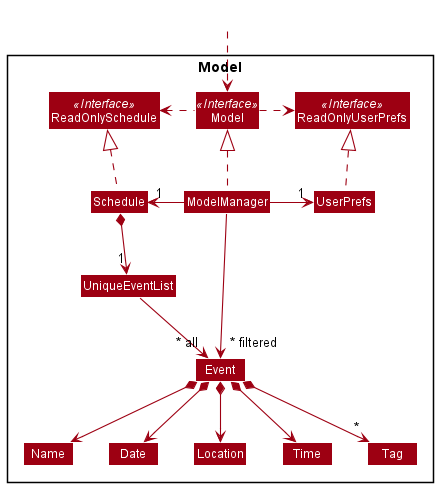
ruthpohrp/tp keeps this PlantUML diagram as docs/images/ModelClassDiagram.png. Above is the earlier version.
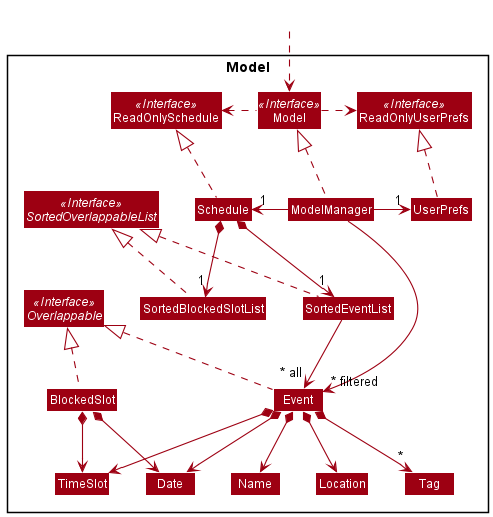
After the change.

Commit message:
Update DG and diagrams with Overlappable and SortedOverlappableList

Diff of the diagram source:
```diff
@@ -8,6 +8,8 @@
 Interface ReadOnlySchedule <<Interface>>
 Interface ReadOnlyUserPrefs <<Interface>>
 Interface Model <<Interface>>
+Interface Overlappable <<Interface>>
+Interface SortedOverlappableList <<Interface>>
 Class Schedule
 Class ReadOnlySchedule
 Class Model
@@ -15,11 +17,13 @@
 Class UserPrefs
 Class ReadOnlyUserPrefs
 
+Class SortedBlockedSlotList
+Class BlockedSlot
 
-Class UniqueEventList
+Class SortedEventList
 Class Event
 Class Location
-Class Time
+Class TimeSlot
 Class Name
 Class Date
 Class Tag
@@ -38,17 +42,28 @@
 ModelManager -right-> "1" UserPrefs
 UserPrefs .up.|> ReadOnlyUserPrefs
 
-Schedule *--> "1" UniqueEventList
-UniqueEventList --> "~* all" Event
+Schedule *--> "1" SortedEventList
+SortedEventList --> "~* all" Event
 Event *--> Name
 Event *--> Date
-Event *--> Time
+Event *--> TimeSlot
 Event *--> Location
 Event *--> "*" Tag
 
+Schedule *--> "1" SortedBlockedSlotList
+BlockedSlot *--> Date
+BlockedSlot *--> TimeSlot
+
+Event .up.|> Overlappable
+BlockedSlot .up.|> Overlappable
+
+SortedEventList .up.|> SortedOverlappableList
+SortedBlockedSlotList .up.|> SortedOverlappableList
+
+
 Name -[hidden]right-> Date
 Date -[hidden]right-> Location
-Location -[hidden]right-> Time
+Location -[hidden]right-> TimeSlot
 
 ModelManager -->"~* filtered" Event
 @enduml
```
